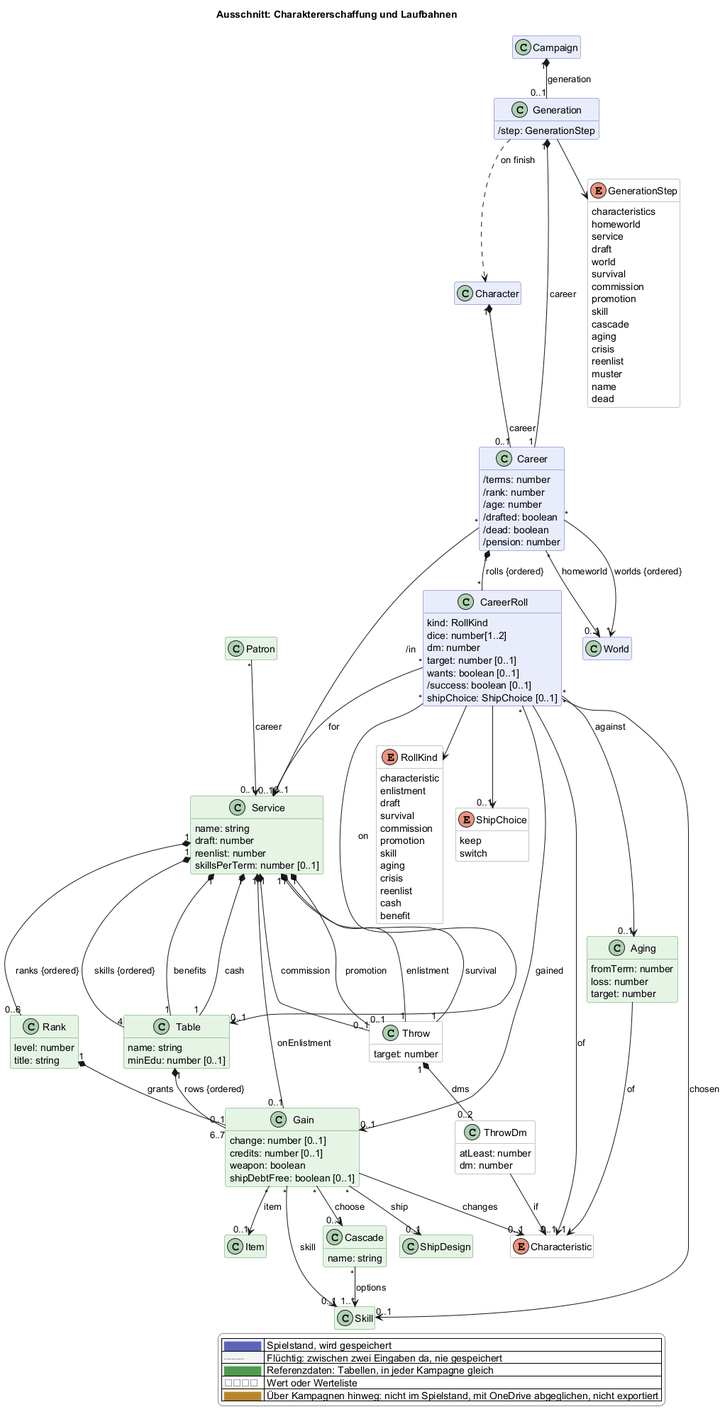
The PlantUML diagram docs/views/erschaffung.png in scuzzar/SRE, before a commit.
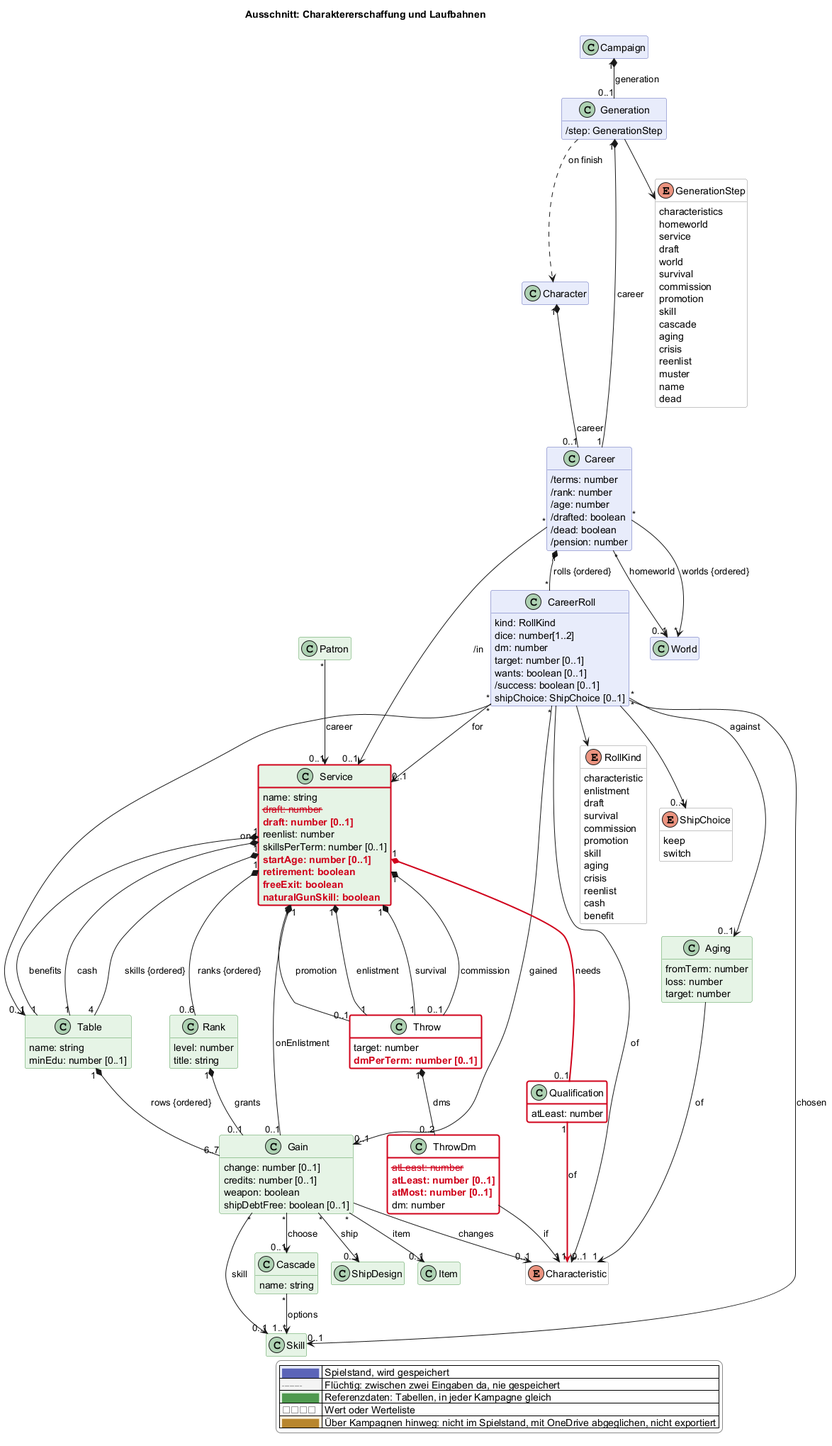
The same file after the commit.

Diff of the diagram source:
```diff
@@ -106,16 +106,27 @@
   class Skill <<reference>> $charakter
   class Service <<reference>> $erschaffung {
     name: string
-    draft: number
+    $gone("2026-11-24a", "draft: number")
+    $new("2026-11-24a", "draft: number [0..1]")
     reenlist: number
     skillsPerTerm: number [0..1]
+    $new("2026-11-24a", "startAge: number [0..1]")
+    $new("2026-11-24a", "retirement: boolean")
+    $new("2026-11-24a", "freeExit: boolean")
+    $new("2026-11-24a", "naturalGunSkill: boolean")
   }
   class Throw <<value>> $erschaffung {
     target: number
+    $new("2026-11-24a", "dmPerTerm: number [0..1]")
   }
   class ThrowDm <<value>> $erschaffung {
+    $gone("2026-11-24a", "atLeast: number")
+    $new("2026-11-24a", "atLeast: number [0..1]")
+    $new("2026-11-24a", "atMost: number [0..1]")
+    dm: number
+  }
+  class Qualification <<value>> $erschaffung $newClass("2026-11-24a") {
     atLeast: number
-    dm: number
   }
   class Rank <<reference>> $erschaffung {
     level: number
@@ -212,6 +223,8 @@
 Service "1" *-- "1" Table : benefits
 Service "1" *-- "1" Table : cash
 Service "1" *-- "0..1" Gain : onEnlistment
+  Service "1" *--[#d0021b,bold] "0..1" Qualification : needs
+  Qualification "1" -[#d0021b,bold]-> "1" Characteristic : of
 Rank "1" *-- "0..1" Gain : grants
 Table "1" *-- "6..7" Gain : rows {ordered}
 Gain "*" --> "0..1" Skill : skill
@@ -238,4 +251,7 @@
   |<#ffffff> <color:#8a8a8a>□□□□</color> | Wert oder Werteliste |
   |<#fdf1dc> <color:#b8862e>████</color> | Über Kampagnen hinweg: nicht im Spielstand, mit OneDrive abgeglichen, nicht exportiert |
 endlegend
+class Service #line:d0021b;line.bold
+class Throw #line:d0021b;line.bold
+class ThrowDm #line:d0021b;line.bold
 @enduml
```
